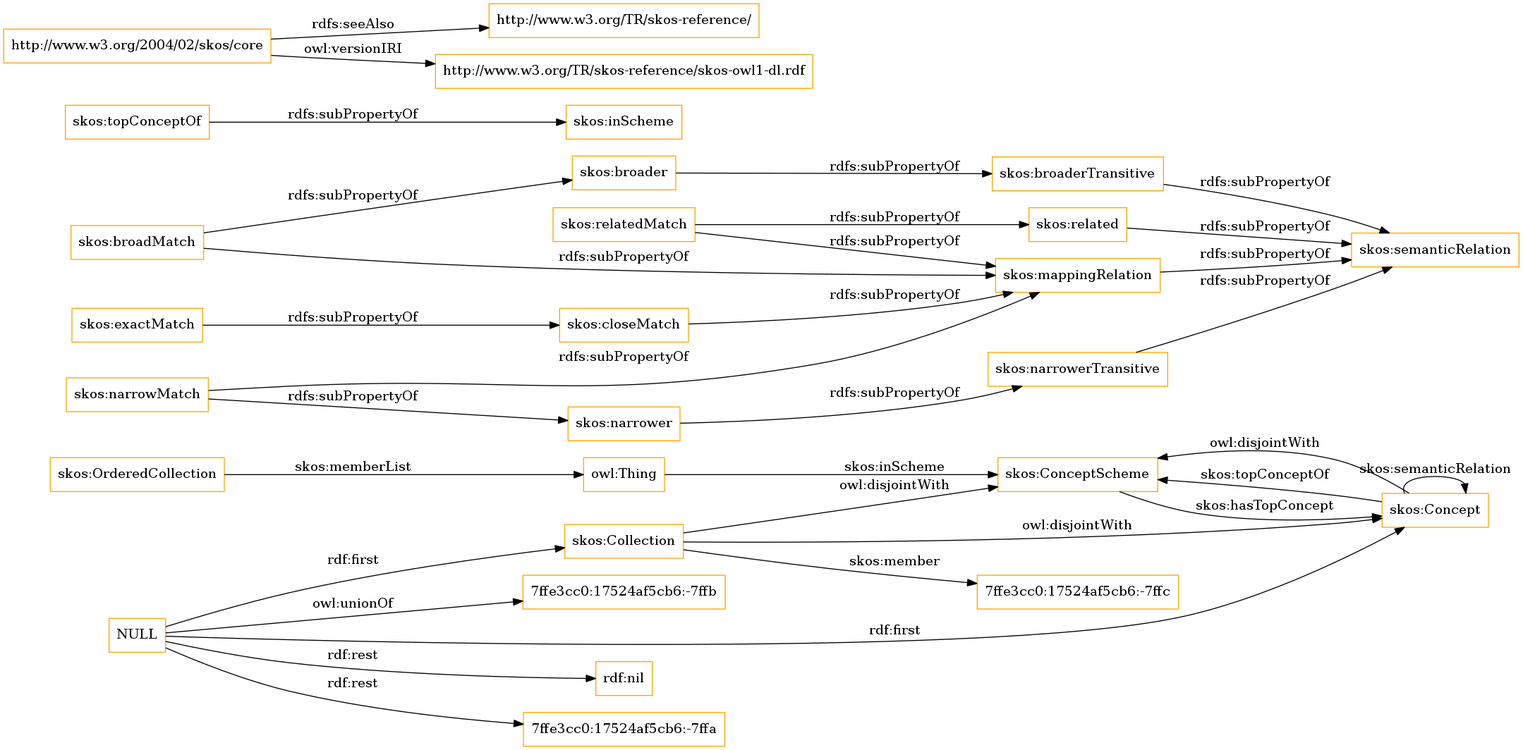
Before: OnToology/imports/skos.owl/diagrams/ar2dtool-class/skos.owl.png, a diagram exported from Graphviz (OnToologyUser/core-ontology-1). Its source is kept beside it as OnToology/imports/skos.owl/diagrams/ar2dtool-class/skos.owl.png.dot.
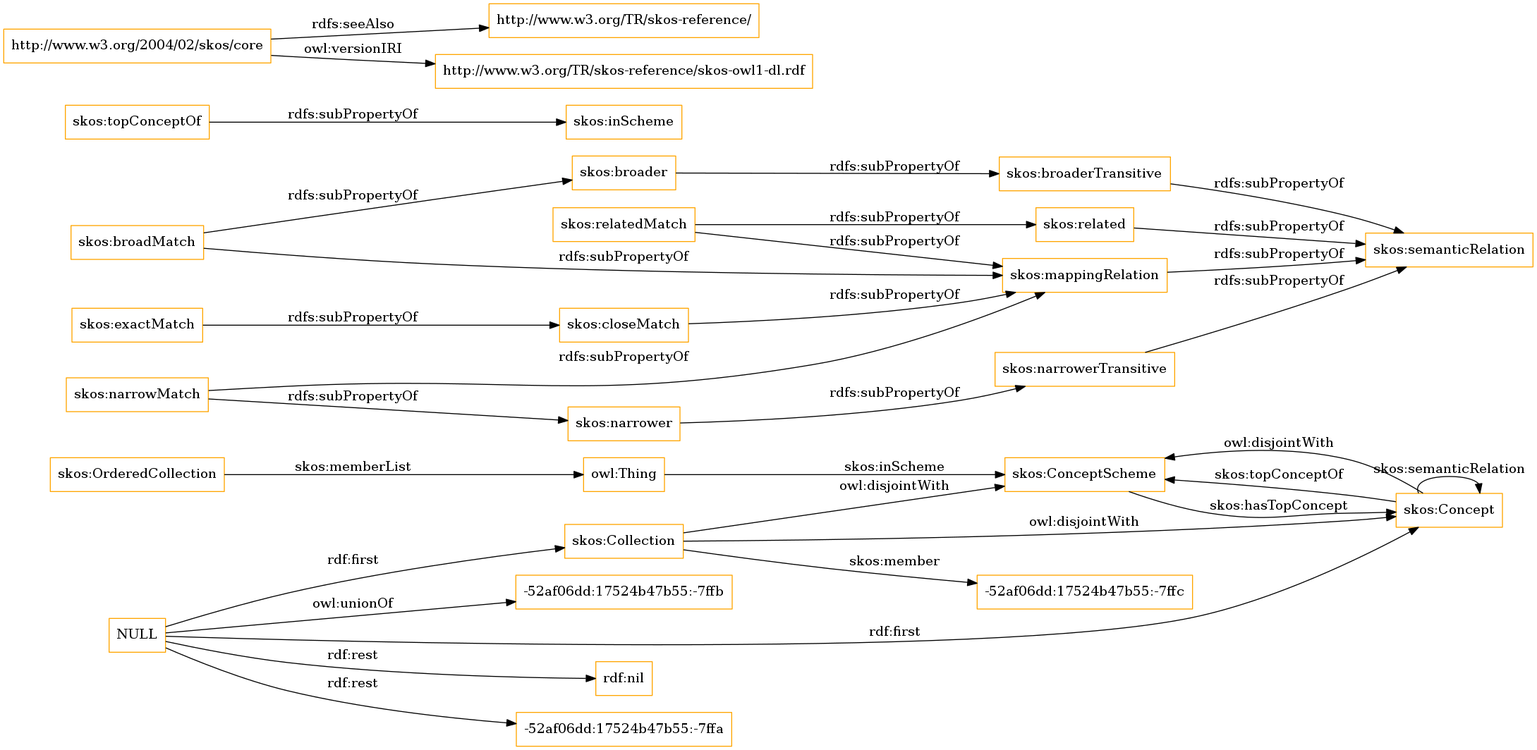
After the commit.

The edit, as a diff of the source:
```diff
@@ -1,13 +1,13 @@
 digraph ar2dtool_diagram {
 rankdir=LR;
 size="1501"
-node [shape = rectangle, color="orange"]; "skos:OrderedCollection" "skos:ConceptScheme" "skos:Concept" "skos:Collection" "7ffe3cc0:17524af5cb6:-7ffc" ; /*classes style*/
+node [shape = rectangle, color="orange"]; "skos:OrderedCollection" "skos:ConceptScheme" "skos:Concept" "skos:Collection" "-52af06dd:17524b47b55:-7ffc" ; /*classes style*/
 	"skos:narrowerTransitive" -> "skos:semanticRelation" [ label = "rdfs:subPropertyOf" ];
 	"NULL" -> "rdf:nil" [ label = "rdf:rest" ];
 	"NULL" -> "skos:Concept" [ label = "rdf:first" ];
-	"NULL" -> "7ffe3cc0:17524af5cb6:-7ffa" [ label = "rdf:rest" ];
+	"NULL" -> "-52af06dd:17524b47b55:-7ffa" [ label = "rdf:rest" ];
 	"NULL" -> "skos:Collection" [ label = "rdf:first" ];
-	"NULL" -> "7ffe3cc0:17524af5cb6:-7ffb" [ label = "owl:unionOf" ];
+	"NULL" -> "-52af06dd:17524b47b55:-7ffb" [ label = "owl:unionOf" ];
 	"skos:closeMatch" -> "skos:mappingRelation" [ label = "rdfs:subPropertyOf" ];
 	"skos:Concept" -> "skos:ConceptScheme" [ label = "owl:disjointWith" ];
 	"skos:relatedMatch" -> "skos:related" [ label = "rdfs:subPropertyOf" ];
@@ -30,7 +30,7 @@
 	"skos:OrderedCollection" -> "owl:Thing" [ label = "skos:memberList" ];
 	"skos:Concept" -> "skos:ConceptScheme" [ label = "skos:topConceptOf" ];
 	"skos:Concept" -> "skos:Concept" [ label = "skos:semanticRelation" ];
-	"skos:Collection" -> "7ffe3cc0:17524af5cb6:-7ffc" [ label = "skos:member" ];
+	"skos:Collection" -> "-52af06dd:17524b47b55:-7ffc" [ label = "skos:member" ];
 	"skos:ConceptScheme" -> "skos:Concept" [ label = "skos:hasTopConcept" ];
 	"owl:Thing" -> "skos:ConceptScheme" [ label = "skos:inScheme" ];
 
```
